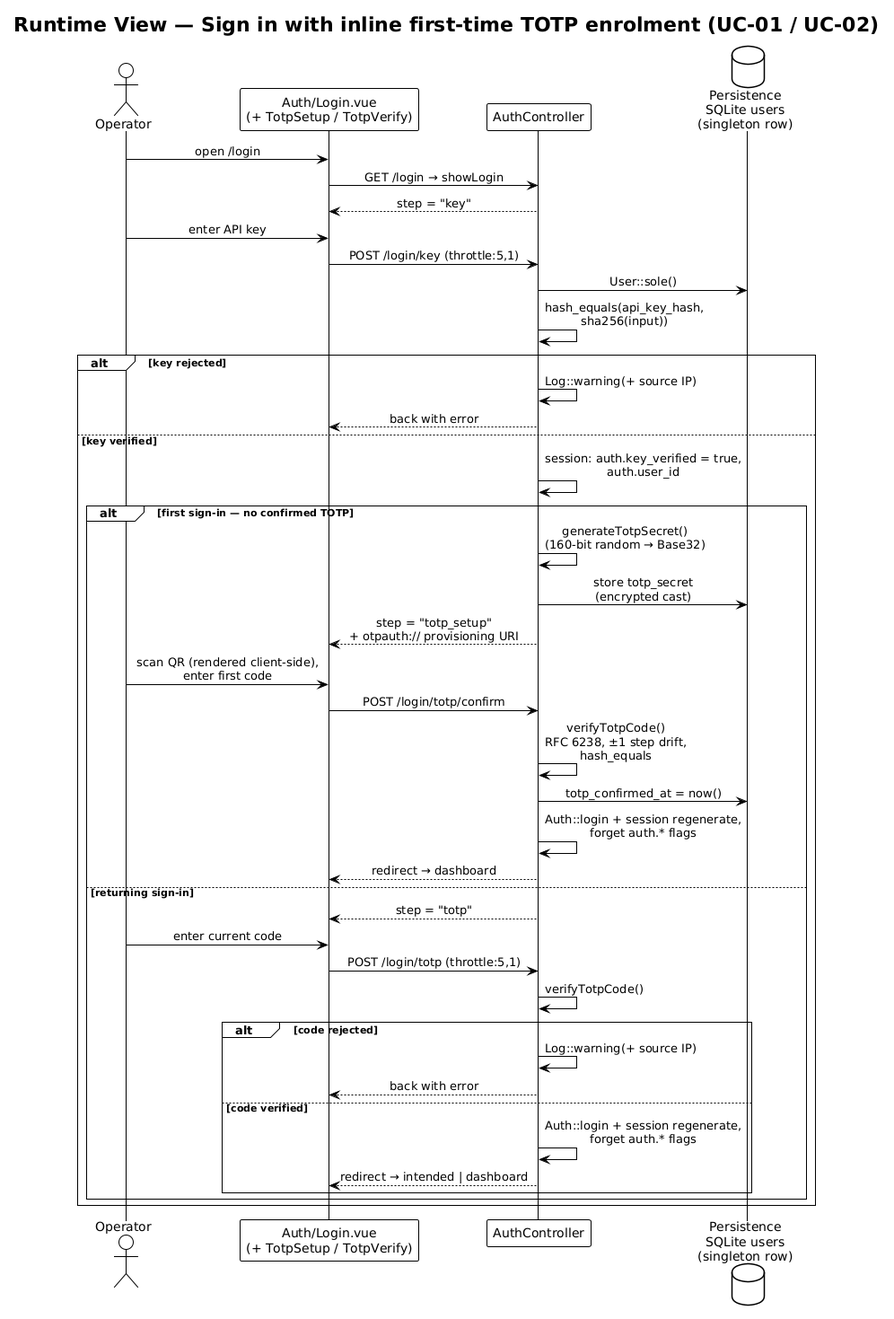
Earlier version of the PlantUML export docs/arch/diagrams-png/a06-sign-in.png (carstenlucke/herold).
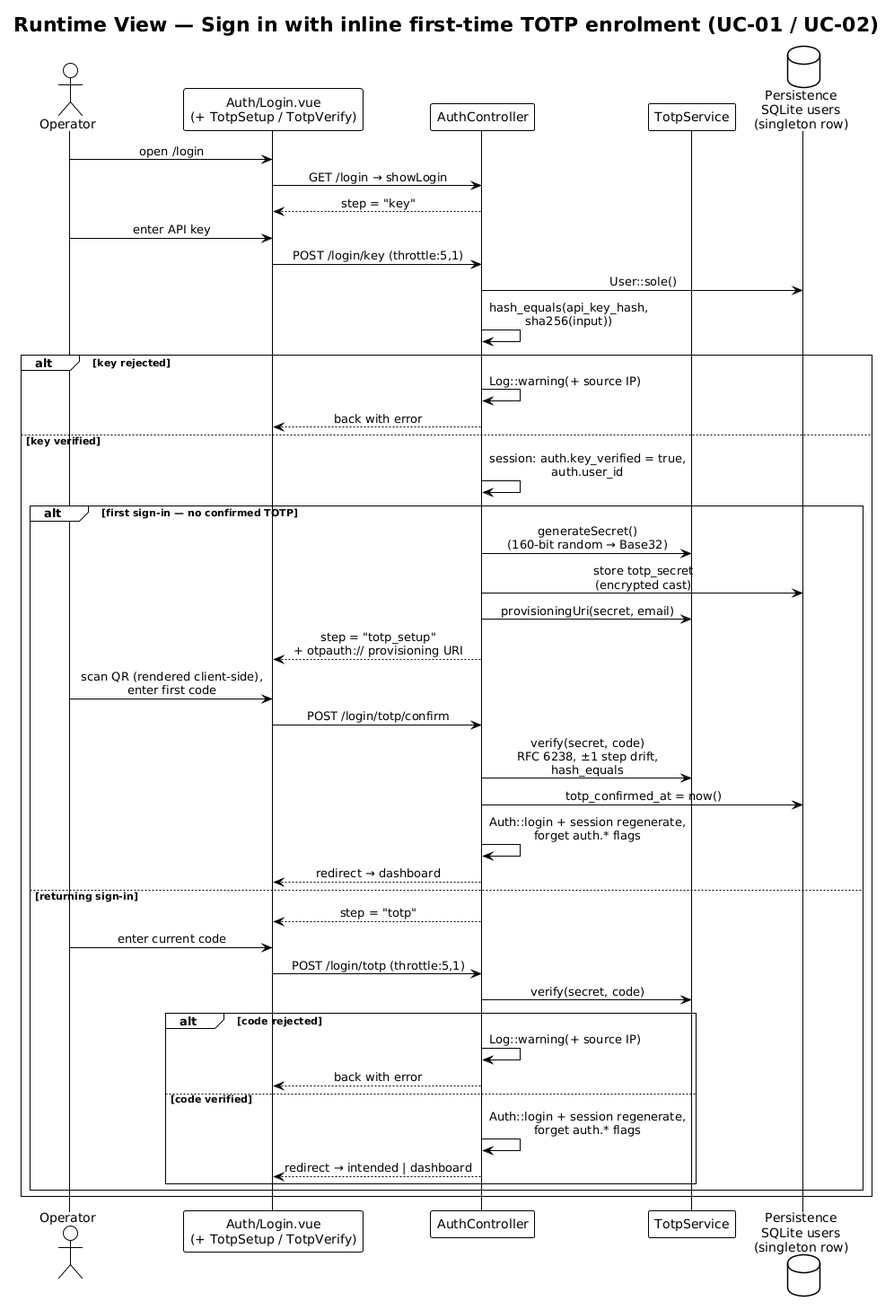
Above is the later version.

Change to the diagram source:
```diff
@@ -7,6 +7,7 @@
 actor Operator as op
 participant "Auth/Login.vue\n(+ TotpSetup / TotpVerify)" as ui
 participant "AuthController" as auth
+participant "TotpService" as totp
 database "Persistence\nSQLite users\n(singleton row)" as db
 
 op -> ui : open /login
@@ -24,12 +25,13 @@
 else key verified
   auth -> auth : session: auth.key_verified = true,\nauth.user_id
   alt first sign-in — no confirmed TOTP
-    auth -> auth : generateTotpSecret()\n(160-bit random → Base32)
+    auth -> totp : generateSecret()\n(160-bit random → Base32)
     auth -> db : store totp_secret\n(encrypted cast)
+    auth -> totp : provisioningUri(secret, email)
     auth --> ui : step = "totp_setup"\n+ otpauth:// provisioning URI
     op -> ui : scan QR (rendered client-side),\nenter first code
     ui -> auth : POST /login/totp/confirm
-    auth -> auth : verifyTotpCode()\nRFC 6238, ±1 step drift,\nhash_equals
+    auth -> totp : verify(secret, code)\nRFC 6238, ±1 step drift,\nhash_equals
     auth -> db : totp_confirmed_at = now()
     auth -> auth : Auth::login + session regenerate,\nforget auth.* flags
     auth --> ui : redirect → dashboard
@@ -37,7 +39,7 @@
     auth --> ui : step = "totp"
     op -> ui : enter current code
     ui -> auth : POST /login/totp (throttle:5,1)
-    auth -> auth : verifyTotpCode()
+    auth -> totp : verify(secret, code)
     alt code rejected
       auth -> auth : Log::warning(+ source IP)
       auth --> ui : back with error
```
